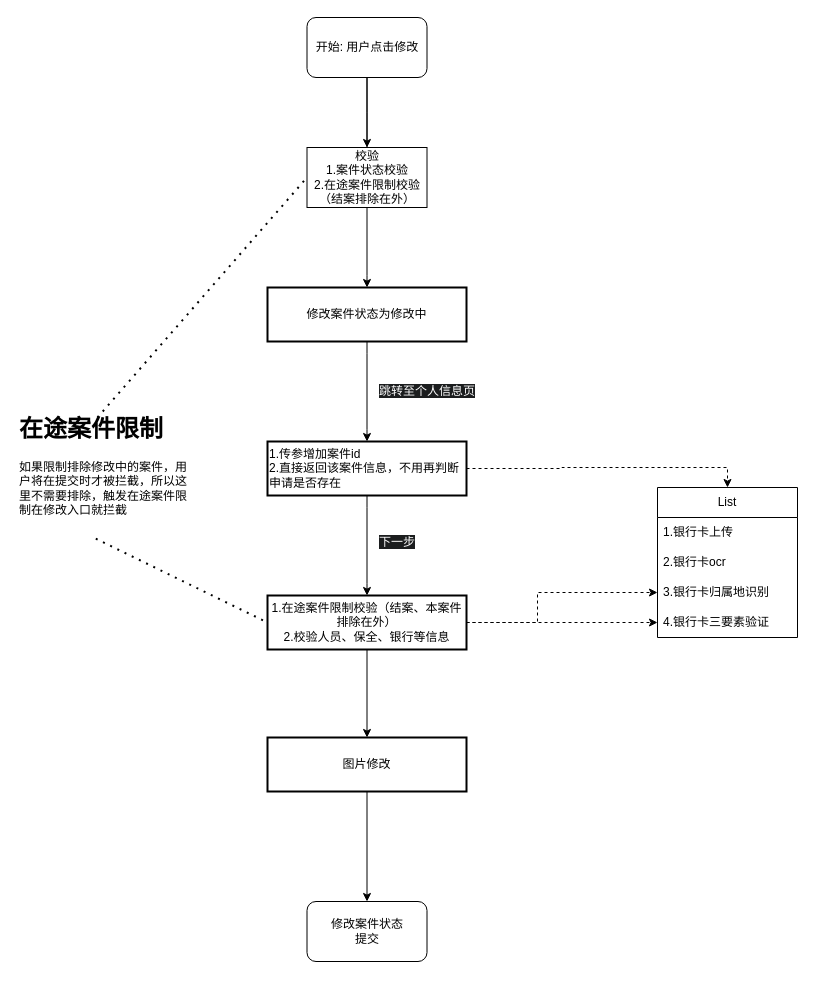
Earlier version of the draw.io diagram 拍照理赔-用户修改-修改至提交.drawio (bensjohn/draw.io). Source tidied: cells renumbered, new cells numbered last; positions are measured from the earlier drawing's top-left corner, leaving out a move shared by most shapes. Both pictures are drawn from the tidied source at 100%, with x=0, y=0 at pixel (17, 17).
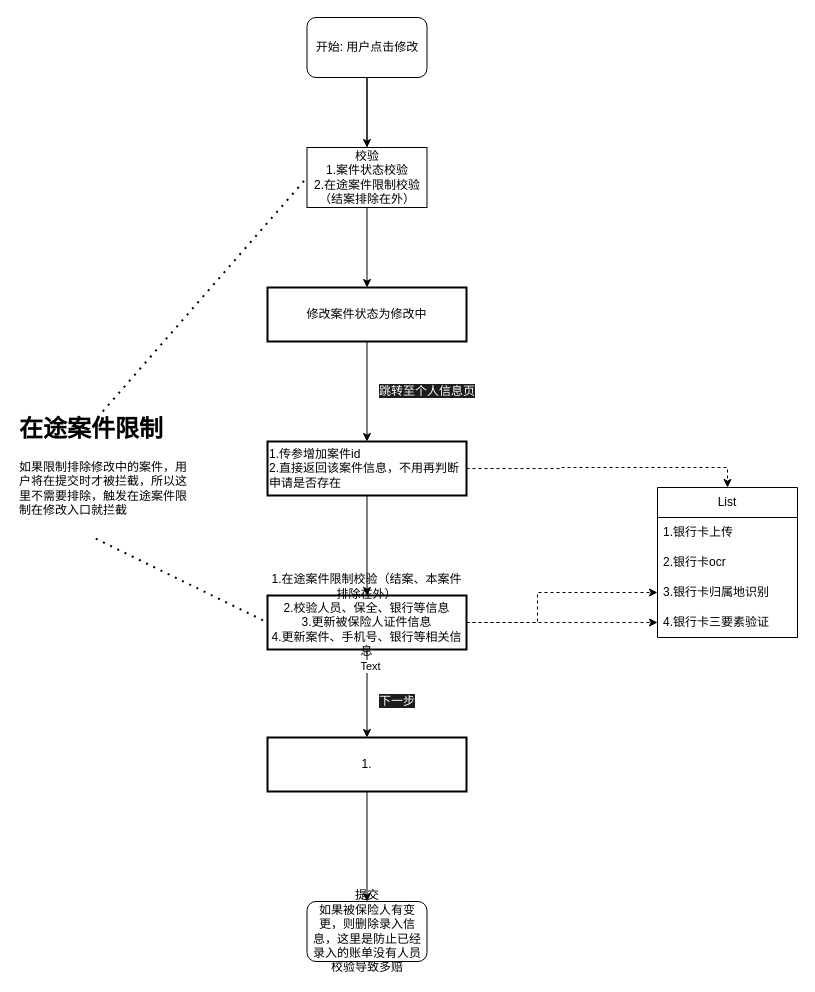
The same page after the edit.

Commit message (it also covers changes not shown here):
更新拍照理赔-用户修改-修改至提交.drawio

The change refers to these unchanged cells:
```xml
<mxCell id="10" style="edgeStyle=orthogonalEdgeStyle;rounded=0;jettySize=auto;html=1;" parent="1" edge="1" source="13" target="15">
  <mxGeometry relative="1" as="geometry" />
</mxCell>
```

The edit, as a diff of the source:
```diff
@@
+    <mxCell id="29" value="Text" style="edgeLabel;html=1;align=center;verticalAlign=middle;" parent="10" vertex="1">
+      <mxGeometry x="-0.64" y="3" relative="1" as="geometry" />
+    </mxCell>
@@
-    <mxCell id="13" value="1.在途案件限制校验（结案、本案件排除在外）&#10;2.校验人员、保全、银行等信息" style="whiteSpace=wrap;strokeWidth=2;fontColor=light-dark(#000000,#FFFFFF);textShadow=0;" parent="1" vertex="1">
+    <mxCell id="13" value="1.在途案件限制校验（结案、本案件排除在外）&#10;2.校验人员、保全、银行等信息&#10;3.更新被保险人证件信息&#10;4.更新案件、手机号、银行等相关信息&#10;" style="whiteSpace=wrap;strokeWidth=2;fontColor=light-dark(#000000,#FFFFFF);textShadow=0;" parent="1" vertex="1">
       <mxGeometry x="250" y="578" width="199" height="54" as="geometry" />
     </mxCell>
@@
-    <mxCell id="15" value="图片修改" style="whiteSpace=wrap;strokeWidth=2;" parent="1" vertex="1">
+    <mxCell id="15" value="1." style="whiteSpace=wrap;strokeWidth=2;" parent="1" vertex="1">
       <mxGeometry x="250" y="720" width="199" height="54" as="geometry" />
     </mxCell>
-    <mxCell id="16" value="修改案件状态&lt;br style=&quot;padding: 0px; margin: 0px;&quot;&gt;提交" style="rounded=1;whiteSpace=wrap;html=1;" parent="1" vertex="1">
+    <mxCell id="16" value="提交&lt;br&gt;如果被保险人有变更，则删除录入信息，这里是防止已经录入的账单没有人员校验导致多赔" style="rounded=1;whiteSpace=wrap;html=1;" parent="1" vertex="1">
       <mxGeometry x="289.5" y="884" width="120" height="60" as="geometry" />
     </mxCell>
@@
     <mxCell id="18" value="&lt;span style=&quot;color: rgb(255, 255, 255); font-family: Helvetica; font-size: 12px; font-style: normal; font-variant-ligatures: normal; font-variant-caps: normal; font-weight: 400; letter-spacing: normal; orphans: 2; text-align: center; text-indent: 0px; text-transform: none; widows: 2; word-spacing: 0px; -webkit-text-stroke-width: 0px; white-space: normal; background-color: rgb(27, 29, 30); text-decoration-thickness: initial; text-decoration-style: initial; text-decoration-color: initial; float: none; display: inline !important;&quot;&gt;下一步&lt;/span&gt;" style="text;whiteSpace=wrap;html=1;" parent="1" vertex="1">
-      <mxGeometry x="360" y="511" width="130" height="40" as="geometry" />
+      <mxGeometry x="360" y="670" width="130" height="40" as="geometry" />
     </mxCell>
@@
-    <mxCell id="21" style="endArrow=none;dashed=1;html=1;dashPattern=1 3;strokeWidth=2;rounded=0;exitX=0.488;exitY=1.039;exitDx=0;exitDy=0;exitPerimeter=0;entryX=0;entryY=0.5;entryDx=0;entryDy=0;" parent="1" edge="1" target="13">
+    <mxCell id="21" style="endArrow=none;dashed=1;html=1;dashPattern=1 3;strokeWidth=2;rounded=0;exitX=0.5;exitY=1;exitDx=0;exitDy=0;entryX=0;entryY=0.5;entryDx=0;entryDy=0;" parent="1" edge="1" target="13">
       <mxGeometry relative="1" as="geometry">
         <mxPoint x="78.3" y="521.2" as="sourcePoint" />
       </mxGeometry>
     </mxCell>
```
